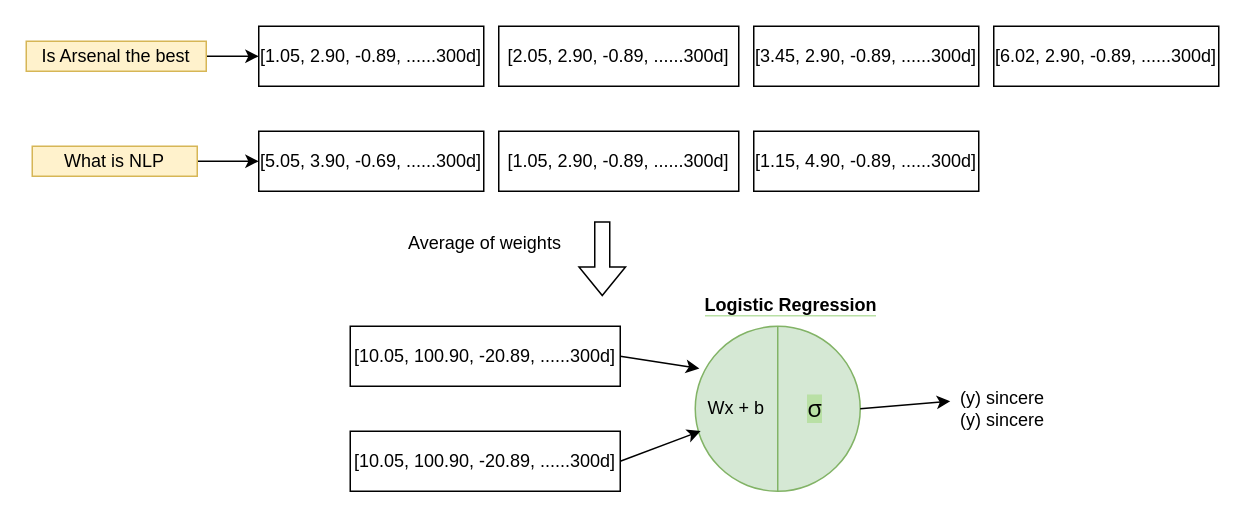
This is page "Page-3" (3 of 4) of ait-736.drawio from yarafatin/app.diagrams, a draw.io file, before an edit. Source tidied: cells renumbered, new cells numbered last; positions are measured from the earlier drawing's top-left corner, leaving out a move shared by most shapes. Both pictures are drawn from the tidied source at 150%, with x=0, y=0 at pixel (26, 26).
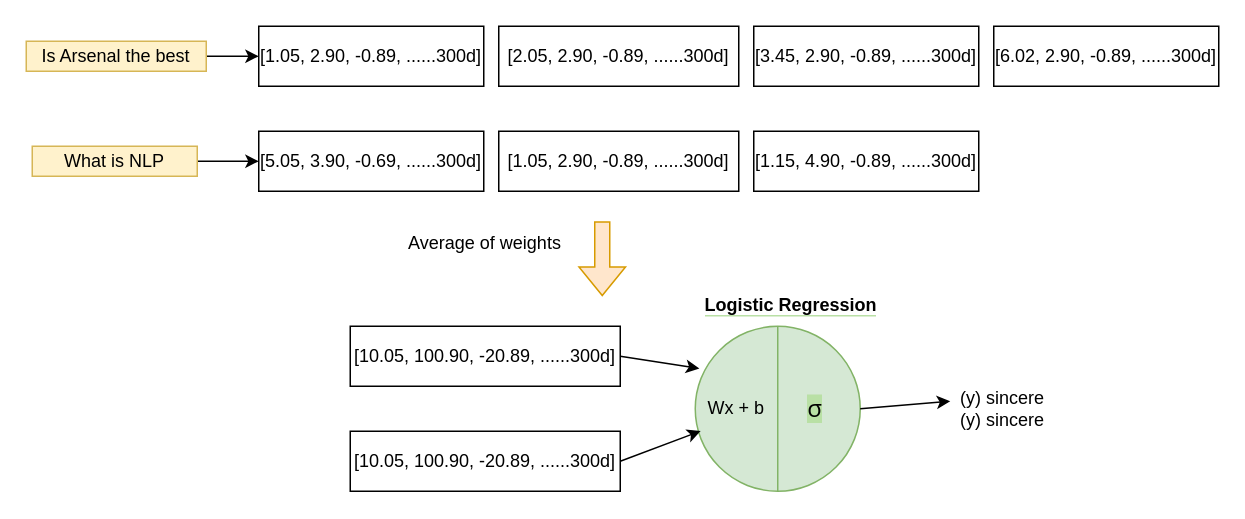
The same diagram, later.

The edit, as a diff of the source:
```diff
@@
-    <mxCell id="22" style="shape=flexArrow;endArrow=classic;html=1;rounded=0;" parent="1" edge="1">
+    <mxCell id="22" style="shape=flexArrow;endArrow=classic;html=1;rounded=0;fillColor=#ffe6cc;strokeColor=#d79b00;" parent="1" edge="1">
       <mxGeometry relative="1" as="geometry">
         <mxPoint x="384" y="130" as="sourcePoint" />
         <mxPoint x="384" y="180" as="targetPoint" />
       </mxGeometry>
     </mxCell>
```
